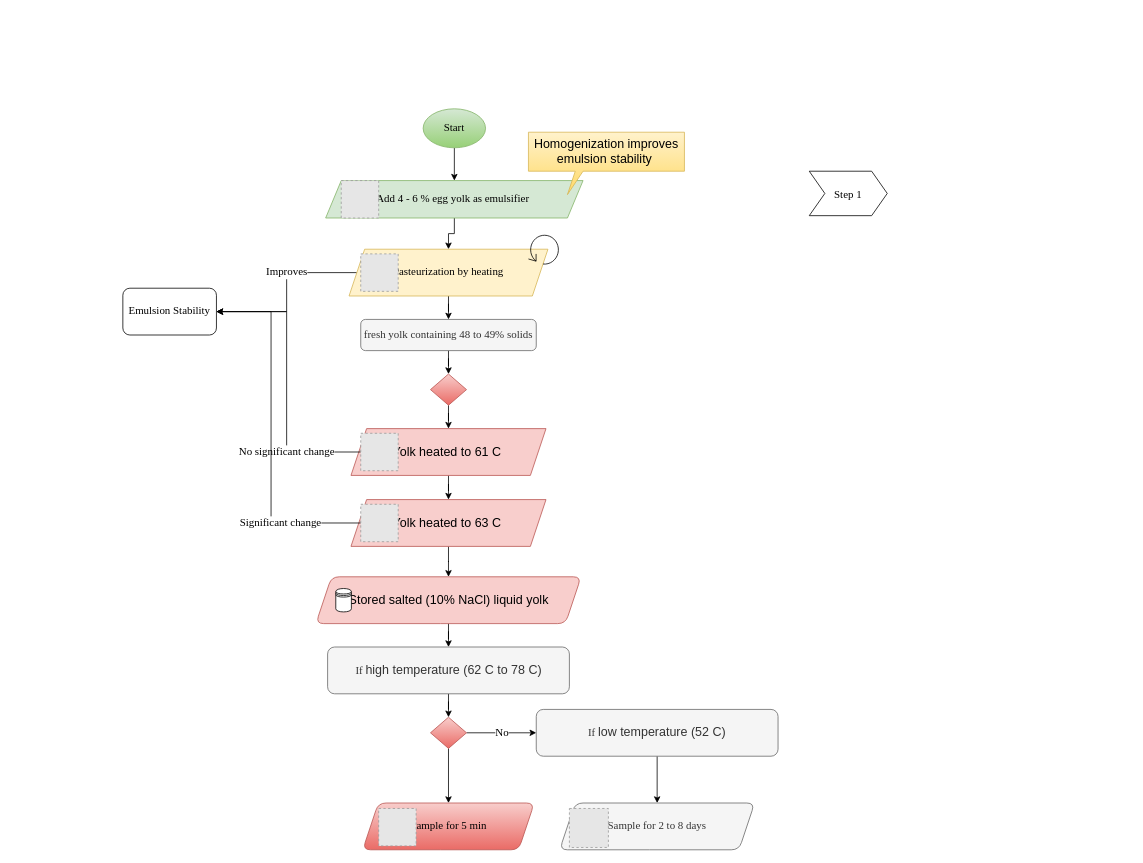
This is KiranDiagram.drawio from misbahperveen/OOSE, a draw.io file, before an edit. Source tidied: cells renumbered, new cells numbered last; positions are measured from the earlier drawing's top-left corner, leaving out a move shared by most shapes. Both pictures are drawn from the tidied source at 78%, with x=0, y=0 at pixel (122, 108). Pictures stored in the file or linked from it are replaced by grey dashed boxes.
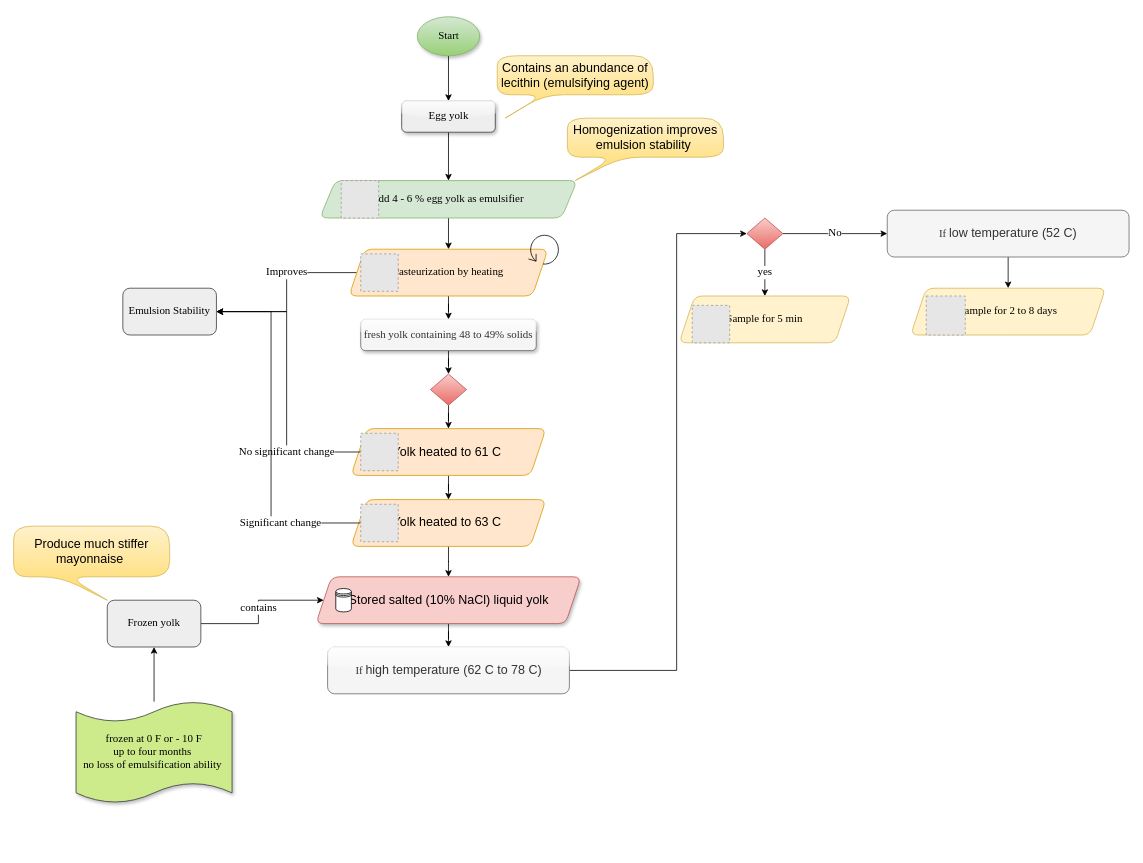
The same page after the edit.

Diff of the diagram source:
```diff
@@
-    <mxCell id="2" value="Step 1" style="shape=step;perimeter=stepPerimeter;fixedSize=1;fontFamily=Times New Roman;fontSize=14;" parent="1" vertex="1">
-      <mxGeometry x="880" y="80" width="100" height="57" as="geometry" />
-    </mxCell>
-    <mxCell id="3" style="edgeStyle=orthogonalEdgeStyle;rounded=0;jettySize=auto;html=1;fontFamily=Times New Roman;fontSize=14;" parent="1" edge="1" source="4" target="6">
+    <mxCell id="3" style="edgeStyle=orthogonalEdgeStyle;rounded=0;jettySize=auto;html=1;fontFamily=Times New Roman;fontSize=14;exitX=0.5;exitY=1;exitDx=0;exitDy=0;" parent="1" edge="1" source="47" target="6">
       <mxGeometry relative="1" as="geometry" />
     </mxCell>
-    <mxCell id="4" value="&lt;h2 style=&quot;font-size: 14px;&quot;&gt;&lt;font style=&quot;font-weight: normal; font-size: 14px;&quot;&gt;Start&lt;/font&gt;&lt;/h2&gt;" style="ellipse;whiteSpace=wrap;html=1;fontFamily=Times New Roman;fontSize=14;gradientColor=#97d077;fillColor=#d5e8d4;strokeColor=#82b366;" parent="1" vertex="1">
-      <mxGeometry x="385" width="80" height="50" as="geometry" />
-    </mxCell>
@@
-    <mxCell id="6" value="Add 4 - 6 % egg yolk as emulsifier&amp;nbsp;" style="shape=parallelogram;perimeter=parallelogramPerimeter;whiteSpace=wrap;html=1;fixedSize=1;fontFamily=Times New Roman;fontSize=14;fillColor=#d5e8d4;strokeColor=#82b366;" parent="1" vertex="1">
-      <mxGeometry x="260" y="92" width="330" height="48" as="geometry" />
+    <mxCell id="6" value="Add 4 - 6 % egg yolk as emulsifier&amp;nbsp;" style="shape=parallelogram;perimeter=parallelogramPerimeter;whiteSpace=wrap;html=1;fixedSize=1;fontFamily=Times New Roman;fontSize=14;fillColor=#d5e8d4;strokeColor=#82b366;rounded=1;sketch=0;" parent="1" vertex="1">
+      <mxGeometry x="252.5" y="92" width="330" height="48" as="geometry" />
     </mxCell>
@@
-    <mxCell id="9" value="Pasteurization by heating" style="shape=parallelogram;perimeter=parallelogramPerimeter;whiteSpace=wrap;html=1;fixedSize=1;fontFamily=Times New Roman;fontSize=14;fillColor=#fff2cc;strokeColor=#d6b656;" parent="1" vertex="1">
+    <mxCell id="9" value="Pasteurization by heating" style="shape=parallelogram;perimeter=parallelogramPerimeter;whiteSpace=wrap;html=1;fixedSize=1;fontFamily=Times New Roman;fontSize=14;fillColor=#ffe6cc;strokeColor=#d79b00;rounded=1;" parent="1" vertex="1">
       <mxGeometry x="290" y="180" width="255" height="60" as="geometry" />
     </mxCell>
@@
-    <mxCell id="15" value="fresh yolk containing 48 to 49% solids" style="rounded=1;whiteSpace=wrap;html=1;fontFamily=Times New Roman;fontSize=14;fillColor=#f5f5f5;strokeColor=#666666;fontColor=#333333;" parent="1" vertex="1">
+    <mxCell id="15" value="fresh yolk containing 48 to 49% solids" style="rounded=1;whiteSpace=wrap;html=1;fontFamily=Times New Roman;fontSize=14;fillColor=#f5f5f5;strokeColor=#666666;fontColor=#333333;glass=1;shadow=1;" parent="1" vertex="1">
       <mxGeometry x="305" y="270" width="225" height="40" as="geometry" />
     </mxCell>
@@
-    <mxCell id="17" value="&lt;span lang=&quot;EN-US&quot; style=&quot;font-size: 12.0pt ; line-height: 107% ; font-family: &amp;#34;calibri&amp;#34; , sans-serif&quot;&gt;Yolk heated to 61 C&amp;nbsp;&lt;/span&gt;" style="shape=parallelogram;perimeter=parallelogramPerimeter;whiteSpace=wrap;html=1;fixedSize=1;fontFamily=Times New Roman;fontSize=14;strokeColor=#b85450;fillColor=#f8cecc;" parent="1" vertex="1">
+    <mxCell id="17" value="&lt;span lang=&quot;EN-US&quot; style=&quot;font-size: 12.0pt ; line-height: 107% ; font-family: &amp;#34;calibri&amp;#34; , sans-serif&quot;&gt;Yolk heated to 61 C&amp;nbsp;&lt;/span&gt;" style="shape=parallelogram;perimeter=parallelogramPerimeter;whiteSpace=wrap;html=1;fixedSize=1;fontFamily=Times New Roman;fontSize=14;strokeColor=#d79b00;fillColor=#ffe6cc;rounded=1;shadow=0;" parent="1" vertex="1">
       <mxGeometry x="292.5" y="410" width="250" height="60" as="geometry" />
     </mxCell>
-    <mxCell id="18" value="&lt;span lang=&quot;EN-US&quot; style=&quot;font-size: 12.0pt ; line-height: 107% ; font-family: &amp;#34;calibri&amp;#34; , sans-serif&quot;&gt;Homogenization improves emulsion stability&amp;nbsp;&lt;/span&gt;" style="shape=callout;whiteSpace=wrap;html=1;perimeter=calloutPerimeter;fontFamily=Times New Roman;fontSize=14;size=30;position=0.3;base=10;position2=0.25;gradientColor=#ffd966;fillColor=#fff2cc;strokeColor=#d6b656;" parent="1" vertex="1">
-      <mxGeometry x="520" y="30" width="200" height="80" as="geometry" />
+    <mxCell id="18" value="&lt;span lang=&quot;EN-US&quot; style=&quot;font-size: 12.0pt ; line-height: 107% ; font-family: &amp;#34;calibri&amp;#34; , sans-serif&quot;&gt;Homogenization improves emulsion stability&amp;nbsp;&lt;/span&gt;" style="shape=callout;whiteSpace=wrap;html=1;perimeter=calloutPerimeter;fontFamily=Times New Roman;fontSize=14;size=30;position=0.3;base=10;position2=0.05;gradientColor=#ffd966;fillColor=#fff2cc;strokeColor=#d6b656;rounded=1;arcSize=50;" parent="1" vertex="1">
+      <mxGeometry x="570" y="12" width="200" height="80" as="geometry" />
     </mxCell>
@@
-    <mxCell id="22" value="Emulsion Stability" style="rounded=1;whiteSpace=wrap;html=1;fontFamily=Times New Roman;fontSize=14;" parent="1" vertex="1">
+    <mxCell id="22" value="Emulsion Stability" style="rounded=1;whiteSpace=wrap;html=1;fontFamily=Times New Roman;fontSize=14;fillColor=#eeeeee;strokeColor=#36393d;" parent="1" vertex="1">
       <mxGeometry y="230" width="120" height="60" as="geometry" />
     </mxCell>
@@
-    <mxCell id="24" value="&lt;span lang=&quot;EN-US&quot; style=&quot;font-size: 12.0pt ; line-height: 107% ; font-family: &amp;#34;calibri&amp;#34; , sans-serif&quot;&gt;Yolk heated to 63 C&amp;nbsp;&lt;/span&gt;" style="shape=parallelogram;perimeter=parallelogramPerimeter;whiteSpace=wrap;html=1;fixedSize=1;fontFamily=Times New Roman;fontSize=14;strokeColor=#b85450;fillColor=#f8cecc;" parent="1" vertex="1">
+    <mxCell id="24" value="&lt;span lang=&quot;EN-US&quot; style=&quot;font-size: 12.0pt ; line-height: 107% ; font-family: &amp;#34;calibri&amp;#34; , sans-serif&quot;&gt;Yolk heated to 63 C&amp;nbsp;&lt;/span&gt;" style="shape=parallelogram;perimeter=parallelogramPerimeter;whiteSpace=wrap;html=1;fixedSize=1;fontFamily=Times New Roman;fontSize=14;strokeColor=#d79b00;fillColor=#ffe6cc;rounded=1;" parent="1" vertex="1">
       <mxGeometry x="292.5" y="501" width="250" height="60" as="geometry" />
     </mxCell>
@@
-    <mxCell id="28" value="&lt;span lang=&quot;EN-US&quot; style=&quot;font-size: 12.0pt ; line-height: 107% ; font-family: &amp;#34;calibri&amp;#34; , sans-serif&quot;&gt;Stored salted (10% NaCl) liquid yolk&lt;/span&gt;" style="shape=parallelogram;perimeter=parallelogramPerimeter;whiteSpace=wrap;html=1;fixedSize=1;fontFamily=Times New Roman;fontSize=14;strokeColor=#b85450;fillColor=#f8cecc;rounded=1;" parent="1" vertex="1">
+    <mxCell id="28" value="&lt;span lang=&quot;EN-US&quot; style=&quot;font-size: 12.0pt ; line-height: 107% ; font-family: &amp;#34;calibri&amp;#34; , sans-serif&quot;&gt;Stored salted (10% NaCl) liquid yolk&lt;/span&gt;" style="shape=parallelogram;perimeter=parallelogramPerimeter;whiteSpace=wrap;html=1;fixedSize=1;fontFamily=Times New Roman;fontSize=14;strokeColor=#b85450;fillColor=#f8cecc;rounded=1;shadow=1;" parent="1" vertex="1">
       <mxGeometry x="247.5" y="600" width="340" height="60" as="geometry" />
     </mxCell>
@@
-    <mxCell id="31" style="edgeStyle=orthogonalEdgeStyle;rounded=0;jettySize=auto;html=1;fontFamily=Times New Roman;fontSize=14;" parent="1" edge="1" source="32" target="37">
+    <mxCell id="31" value="yes" style="edgeStyle=orthogonalEdgeStyle;rounded=0;jettySize=auto;html=1;fontFamily=Times New Roman;fontSize=14;" parent="1" edge="1" source="32" target="37">
       <mxGeometry relative="1" as="geometry" />
     </mxCell>
     <mxCell id="32" style="rhombus;whiteSpace=wrap;html=1;fontFamily=Times New Roman;fontSize=14;fillColor=#f8cecc;strokeColor=#b85450;gradientColor=#ea6b66;" parent="1" vertex="1">
-      <mxGeometry x="394.4" y="780" width="46.2" height="40" as="geometry" />
+      <mxGeometry x="800" y="140" width="46.2" height="40" as="geometry" />
     </mxCell>
-    <mxCell id="33" style="edgeStyle=orthogonalEdgeStyle;rounded=0;jettySize=auto;html=1;fontFamily=Times New Roman;fontSize=14;" parent="1" edge="1" source="34" target="32">
-      <mxGeometry relative="1" as="geometry" />
+    <mxCell id="33" style="edgeStyle=orthogonalEdgeStyle;rounded=0;jettySize=auto;html=1;fontFamily=Times New Roman;fontSize=14;entryX=0;entryY=0.5;entryDx=0;entryDy=0;" parent="1" edge="1" source="34" target="32">
+      <mxGeometry relative="1" as="geometry">
+        <Array as="points">
+          <mxPoint x="710" y="720" />
+          <mxPoint x="710" y="160" />
+        </Array>
+      </mxGeometry>
     </mxCell>
-    <mxCell id="34" value="If&amp;nbsp;&lt;span lang=&quot;EN-US&quot; style=&quot;font-size: 12.0pt ; line-height: 107% ; font-family: &amp;#34;calibri&amp;#34; , sans-serif&quot;&gt;high temperature (&lt;/span&gt;&lt;span lang=&quot;EN-US&quot; style=&quot;font-size: 12.0pt ; line-height: 107% ; font-family: &amp;#34;calibri&amp;#34; , sans-serif&quot;&gt;62 C to 78 C)&lt;/span&gt;" style="rounded=1;whiteSpace=wrap;html=1;fontFamily=Times New Roman;fontSize=14;fillColor=#f5f5f5;strokeColor=#666666;fontColor=#333333;" parent="1" vertex="1">
+    <mxCell id="34" value="If&amp;nbsp;&lt;span lang=&quot;EN-US&quot; style=&quot;font-size: 12.0pt ; line-height: 107% ; font-family: &amp;#34;calibri&amp;#34; , sans-serif&quot;&gt;high temperature (&lt;/span&gt;&lt;span lang=&quot;EN-US&quot; style=&quot;font-size: 12.0pt ; line-height: 107% ; font-family: &amp;#34;calibri&amp;#34; , sans-serif&quot;&gt;62 C to 78 C)&lt;/span&gt;" style="rounded=1;whiteSpace=wrap;html=1;fontFamily=Times New Roman;fontSize=14;fillColor=#f5f5f5;strokeColor=#666666;fontColor=#333333;glass=1;" parent="1" vertex="1">
       <mxGeometry x="262.5" y="690" width="310" height="60" as="geometry" />
     </mxCell>
@@
     <mxCell id="36" value="If&amp;nbsp;&lt;span lang=&quot;EN-US&quot; style=&quot;font-size: 12.0pt ; line-height: 107% ; font-family: &amp;#34;calibri&amp;#34; , sans-serif&quot;&gt;low temperature (&lt;/span&gt;&lt;span lang=&quot;EN-US&quot; style=&quot;font-size: 12.0pt ; line-height: 107% ; font-family: &amp;#34;calibri&amp;#34; , sans-serif&quot;&gt;52 C)&lt;/span&gt;" style="rounded=1;whiteSpace=wrap;html=1;fontFamily=Times New Roman;fontSize=14;fillColor=#f5f5f5;strokeColor=#666666;fontColor=#333333;" parent="1" vertex="1">
-      <mxGeometry x="530" y="770" width="310" height="60" as="geometry" />
+      <mxGeometry x="980" y="130" width="310" height="60" as="geometry" />
     </mxCell>
-    <mxCell id="37" value="Sample for 5 min" style="shape=parallelogram;perimeter=parallelogramPerimeter;whiteSpace=wrap;html=1;fixedSize=1;fontFamily=Times New Roman;fontSize=14;strokeColor=#b85450;fillColor=#f8cecc;gradientColor=#ea6b66;rounded=1;" parent="1" vertex="1">
-      <mxGeometry x="307.5" y="890" width="220" height="60" as="geometry" />
+    <mxCell id="37" value="Sample for 5 min" style="shape=parallelogram;perimeter=parallelogramPerimeter;whiteSpace=wrap;html=1;fixedSize=1;fontFamily=Times New Roman;fontSize=14;strokeColor=#d6b656;fillColor=#fff2cc;rounded=1;" parent="1" vertex="1">
+      <mxGeometry x="713.1" y="240" width="220" height="60" as="geometry" />
     </mxCell>
-    <mxCell id="38" value="Sample for 2 to 8 days" style="shape=parallelogram;perimeter=parallelogramPerimeter;whiteSpace=wrap;html=1;fixedSize=1;rounded=1;fontFamily=Times New Roman;fontSize=14;fontColor=#333333;strokeColor=#666666;fillColor=#f5f5f5;" parent="1" vertex="1">
-      <mxGeometry x="560" y="890" width="250" height="60" as="geometry" />
+    <mxCell id="38" value="Sample for 2 to 8 days" style="shape=parallelogram;perimeter=parallelogramPerimeter;whiteSpace=wrap;html=1;fixedSize=1;rounded=1;fontFamily=Times New Roman;fontSize=14;strokeColor=#d6b656;fillColor=#fff2cc;" parent="1" vertex="1">
+      <mxGeometry x="1010" y="230" width="250" height="60" as="geometry" />
     </mxCell>
     <mxCell id="39" style="fillColor=#E6E6E6;strokeColor=#999999;dashed=1;html=1;verticalAlign=top;verticalLabelPosition=bottom;labelBackgroundColor=#ffffff;fontFamily=Times New Roman;fontSize=14;" parent="1" vertex="1">
-      <mxGeometry x="328" y="897" width="48" height="48" as="geometry" />
+      <mxGeometry x="730" y="252" width="48" height="48" as="geometry" />
     </mxCell>
     <mxCell id="40" style="fillColor=#E6E6E6;strokeColor=#999999;dashed=1;html=1;verticalAlign=top;verticalLabelPosition=bottom;labelBackgroundColor=#ffffff;fontFamily=Times New Roman;fontSize=14;" parent="1" vertex="1">
-      <mxGeometry x="572.5" y="897" width="50" height="50" as="geometry" />
+      <mxGeometry x="1030" y="240" width="50" height="50" as="geometry" />
     </mxCell>
+    <mxCell id="41" value="contains" style="edgeStyle=orthogonalEdgeStyle;rounded=0;jettySize=auto;html=1;entryX=0;entryY=0.5;entryDx=0;entryDy=0;fontFamily=Times New Roman;fontSize=14;" parent="1" edge="1" source="42" target="28">
+      <mxGeometry relative="1" as="geometry" />
+    </mxCell>
+    <mxCell id="42" value="Frozen yolk" style="rounded=1;whiteSpace=wrap;html=1;fontFamily=Times New Roman;fontSize=14;fillColor=#eeeeee;strokeColor=#36393d;" parent="1" vertex="1">
+      <mxGeometry x="-20" y="630" width="120" height="60" as="geometry" />
+    </mxCell>
+    <mxCell id="43" style="edgeStyle=orthogonalEdgeStyle;rounded=0;jettySize=auto;html=1;fontFamily=Times New Roman;fontSize=14;entryX=0.5;entryY=1;entryDx=0;entryDy=0;" parent="1" edge="1" source="44" target="42">
+      <mxGeometry relative="1" as="geometry" />
+    </mxCell>
+    <mxCell id="44" value="frozen at 0 F or - 10 F &lt;br&gt;up to four months&amp;nbsp;&lt;br&gt;no loss of emulsification ability&amp;nbsp;" style="shape=tape;whiteSpace=wrap;html=1;rounded=1;shadow=1;glass=1;sketch=0;fontFamily=Times New Roman;fontSize=14;size=0.2;fillColor=#cdeb8b;strokeColor=#36393d;gradientDirection=north;" parent="1" vertex="1">
+      <mxGeometry x="-60" y="760" width="200" height="130" as="geometry" />
+    </mxCell>
+    <mxCell id="45" value="&lt;font face=&quot;calibri, sans-serif&quot;&gt;&lt;span style=&quot;font-size: 16px&quot;&gt;Produce much&amp;nbsp;&lt;/span&gt;&lt;/font&gt;&lt;span lang=&quot;EN-US&quot; style=&quot;font-size: 12pt ; line-height: 17.12px ; font-family: &amp;#34;calibri&amp;#34; , sans-serif&quot;&gt;stiffer mayonnaise&amp;nbsp;&lt;/span&gt;" style="shape=callout;whiteSpace=wrap;html=1;perimeter=calloutPerimeter;fontFamily=Times New Roman;fontSize=14;size=30;position=0.3;base=10;position2=0.6;gradientColor=#ffd966;fillColor=#fff2cc;strokeColor=#d6b656;rounded=1;arcSize=50;" parent="1" vertex="1">
+      <mxGeometry x="-140" y="535" width="200" height="95" as="geometry" />
+    </mxCell>
+    <mxCell id="46" style="edgeStyle=orthogonalEdgeStyle;rounded=0;jettySize=auto;html=1;fontFamily=Times New Roman;fontSize=14;entryX=0.5;entryY=0;entryDx=0;entryDy=0;" parent="1" edge="1" source="4" target="47">
+      <mxGeometry relative="1" as="geometry" />
+    </mxCell>
+    <mxCell id="4" value="&lt;h2 style=&quot;font-size: 14px;&quot;&gt;&lt;font style=&quot;font-weight: normal; font-size: 14px;&quot;&gt;Start&lt;/font&gt;&lt;/h2&gt;" style="ellipse;whiteSpace=wrap;html=1;fontFamily=Times New Roman;fontSize=14;gradientColor=#97d077;fillColor=#d5e8d4;strokeColor=#82b366;shadow=1;" parent="1" vertex="1">
+      <mxGeometry x="377.5" y="-118" width="80" height="50" as="geometry" />
+    </mxCell>
+    <mxCell id="47" value="Egg yolk" style="rounded=1;whiteSpace=wrap;html=1;shadow=1;glass=1;sketch=0;fontFamily=Times New Roman;fontSize=14;fillColor=#eeeeee;strokeColor=#36393d;" parent="1" vertex="1">
+      <mxGeometry x="357.5" y="-10" width="120" height="40" as="geometry" />
+    </mxCell>
+    <mxCell id="48" value="&lt;span lang=&quot;EN-US&quot; style=&quot;font-size: 12.0pt ; line-height: 107% ; font-family: &amp;#34;calibri&amp;#34; , sans-serif&quot;&gt;Contains an abundance of lecithin (&lt;/span&gt;&lt;span lang=&quot;EN-US&quot; style=&quot;font-size: 12.0pt ; line-height: 107% ; font-family: &amp;#34;calibri&amp;#34; , sans-serif&quot;&gt;emulsifying agent)&lt;/span&gt;" style="shape=callout;whiteSpace=wrap;html=1;perimeter=calloutPerimeter;fontFamily=Times New Roman;fontSize=14;size=30;position=0.3;base=0;position2=0.05;gradientColor=#ffd966;fillColor=#fff2cc;strokeColor=#d6b656;rounded=1;arcSize=50;" parent="1" vertex="1">
+      <mxGeometry x="480" y="-68" width="200" height="80" as="geometry" />
+    </mxCell>
```
